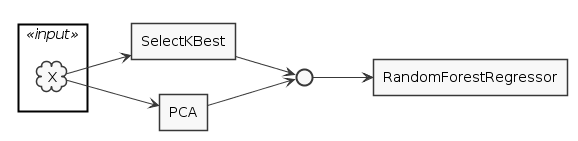
This is ibex_pres/generated/deployment_col_aggregating_further_transformations.png from atavory/atavory.github.io, a PlantUML export, as it was before one commit.
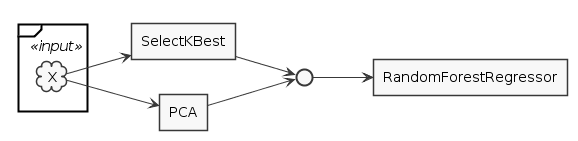
After the change.

Change to the diagram source:
```diff
@@ -5,11 +5,7 @@
 
 left to right direction
 
-skinparam rectangle {
-    BorderColor<<input>> Red
-}
-
-rectangle "" <<input>> {
+frame "" <<input>> {
     cloud X
 }
 rectangle SelectKBest
```
